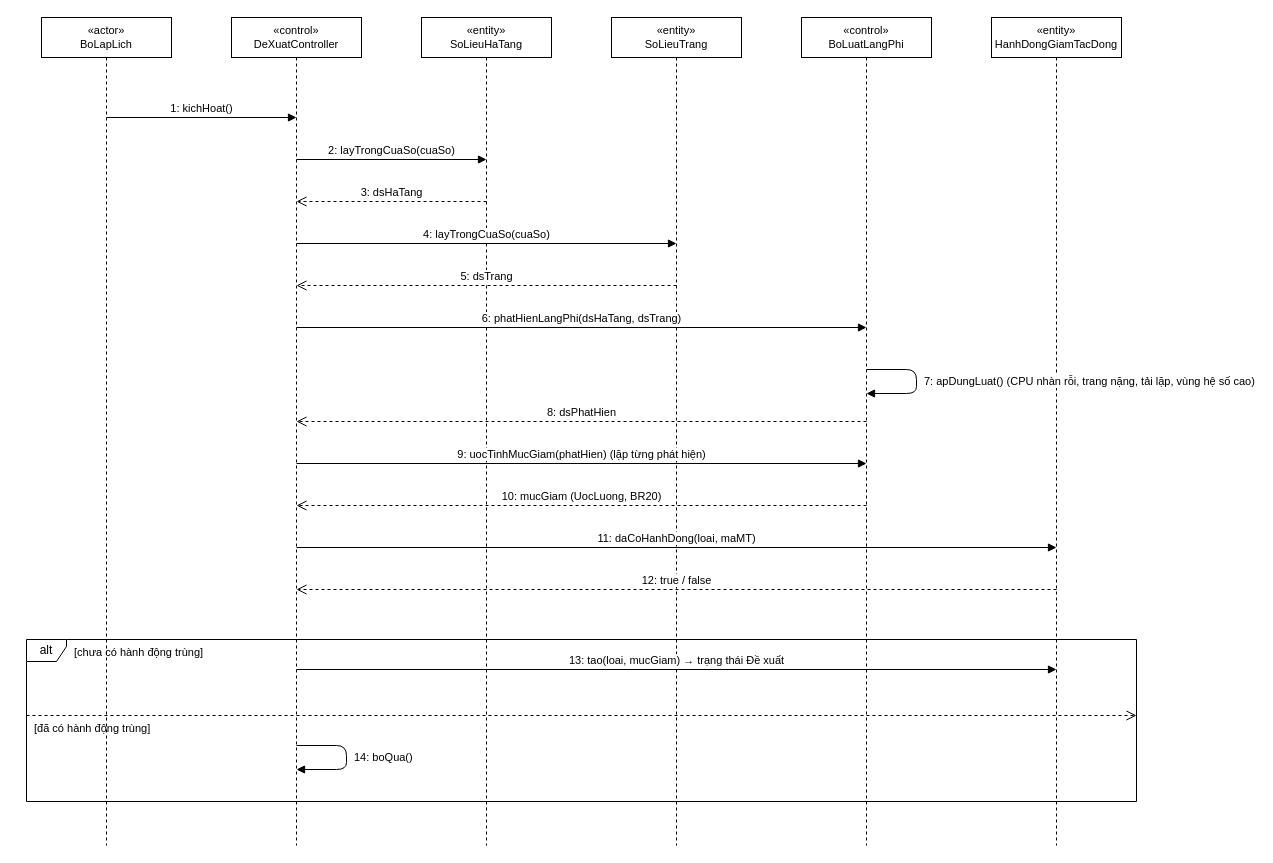
Earlier version of the draw.io diagram docs/diagrams/03_TuanTu/UC_GD_017_Sequence_DeXuatHanhDong.drawio (TranThienNhan8279/GreenDash). Source tidied: cells renumbered, new cells numbered last; positions are measured from the earlier drawing's top-left corner, leaving out a move shared by most shapes. Both pictures are drawn from the tidied source at 100%, with x=0, y=0 at pixel (26, 17).
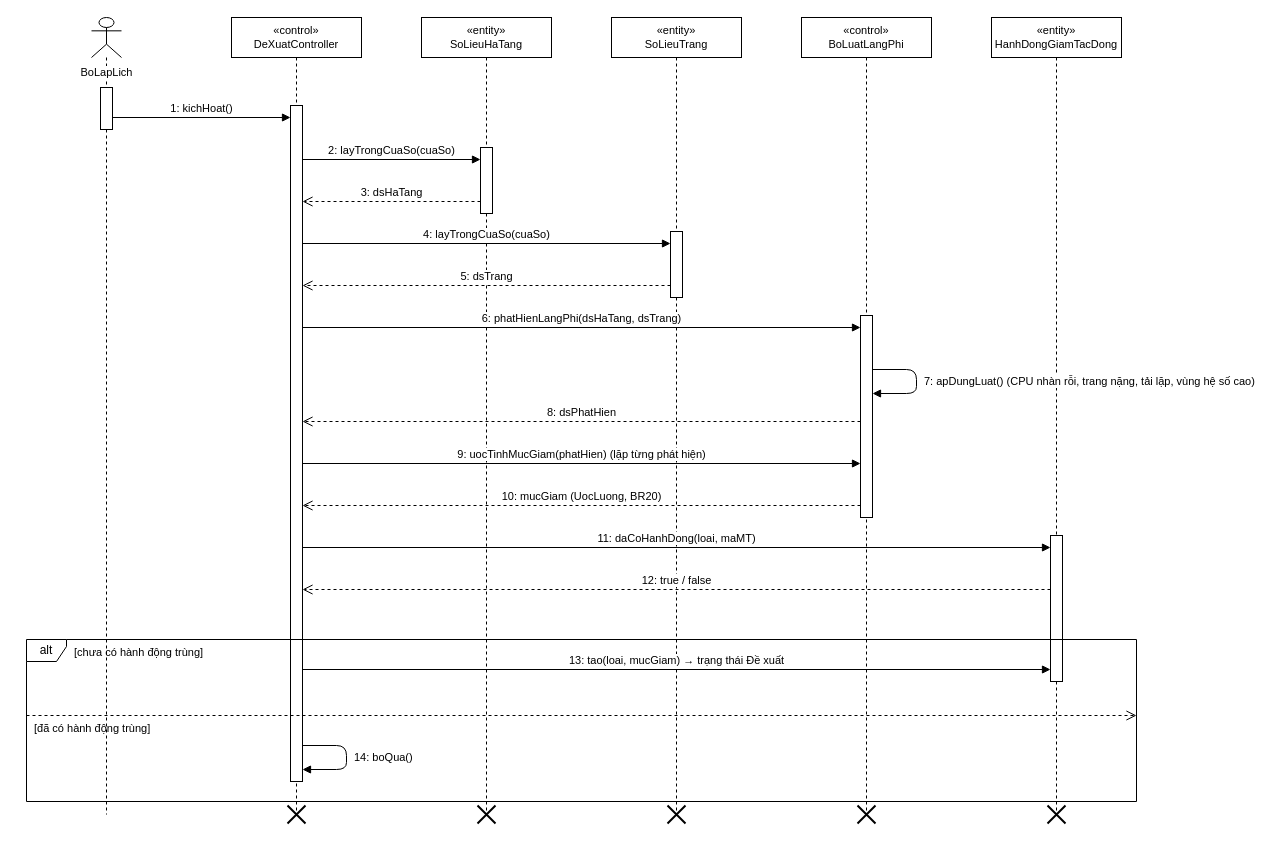
The same diagram, later.

Diff of the diagram source:
```diff
@@
-    <mxCell id="2" value="«actor»&lt;br&gt;BoLapLich" style="shape=umlLifeline;perimeter=lifelinePerimeter;whiteSpace=wrap;html=1;fontSize=11;" parent="1" vertex="1">
-      <mxGeometry x="15" width="130" height="828" as="geometry" />
+    <mxCell id="2" value="BoLapLich" style="shape=umlLifeline;participant=umlActor;verticalAlign=top;spacingTop=42;labelBackgroundColor=#ffffff;perimeter=lifelinePerimeter;whiteSpace=nowrap;html=1;fontSize=11;" parent="1" vertex="1">
+      <mxGeometry x="65" width="30" height="797" as="geometry" />
     </mxCell>
     <mxCell id="3" value="«control»&lt;br&gt;DeXuatController" style="shape=umlLifeline;perimeter=lifelinePerimeter;whiteSpace=wrap;html=1;fontSize=11;" parent="1" vertex="1">
-      <mxGeometry x="205" width="130" height="828" as="geometry" />
+      <mxGeometry x="205" width="130" height="797" as="geometry" />
     </mxCell>
     <mxCell id="4" value="«entity»&lt;br&gt;SoLieuHaTang" style="shape=umlLifeline;perimeter=lifelinePerimeter;whiteSpace=wrap;html=1;fontSize=11;" parent="1" vertex="1">
-      <mxGeometry x="395" width="130" height="828" as="geometry" />
+      <mxGeometry x="395" width="130" height="797" as="geometry" />
     </mxCell>
     <mxCell id="5" value="«entity»&lt;br&gt;SoLieuTrang" style="shape=umlLifeline;perimeter=lifelinePerimeter;whiteSpace=wrap;html=1;fontSize=11;" parent="1" vertex="1">
-      <mxGeometry x="585" width="130" height="828" as="geometry" />
+      <mxGeometry x="585" width="130" height="797" as="geometry" />
     </mxCell>
     <mxCell id="6" value="«control»&lt;br&gt;BoLuatLangPhi" style="shape=umlLifeline;perimeter=lifelinePerimeter;whiteSpace=wrap;html=1;fontSize=11;" parent="1" vertex="1">
-      <mxGeometry x="775" width="130" height="828" as="geometry" />
+      <mxGeometry x="775" width="130" height="797" as="geometry" />
     </mxCell>
     <mxCell id="7" value="«entity»&lt;br&gt;HanhDongGiamTacDong" style="shape=umlLifeline;perimeter=lifelinePerimeter;whiteSpace=wrap;html=1;fontSize=11;" parent="1" vertex="1">
-      <mxGeometry x="965" width="130" height="828" as="geometry" />
+      <mxGeometry x="965" width="130" height="797" as="geometry" />
     </mxCell>
+    <mxCell id="26" style="html=1;perimeter=orthogonalPerimeter;fillColor=#ffffff;strokeColor=#000000;" parent="1" vertex="1">
+      <mxGeometry x="74" y="70" width="12" height="42" as="geometry" />
+    </mxCell>
+    <mxCell id="27" style="html=1;perimeter=orthogonalPerimeter;fillColor=#ffffff;strokeColor=#000000;" parent="1" vertex="1">
+      <mxGeometry x="264" y="88" width="12" height="676" as="geometry" />
+    </mxCell>
+    <mxCell id="28" style="shape=umlDestroy;html=1;strokeWidth=2;strokeColor=#000000;" parent="1" vertex="1">
+      <mxGeometry x="261" y="788" width="18" height="18" as="geometry" />
+    </mxCell>
+    <mxCell id="29" style="html=1;perimeter=orthogonalPerimeter;fillColor=#ffffff;strokeColor=#000000;" parent="1" vertex="1">
+      <mxGeometry x="454" y="130" width="12" height="66" as="geometry" />
+    </mxCell>
+    <mxCell id="30" style="shape=umlDestroy;html=1;strokeWidth=2;strokeColor=#000000;" parent="1" vertex="1">
+      <mxGeometry x="451" y="788" width="18" height="18" as="geometry" />
+    </mxCell>
+    <mxCell id="31" style="html=1;perimeter=orthogonalPerimeter;fillColor=#ffffff;strokeColor=#000000;" parent="1" vertex="1">
+      <mxGeometry x="644" y="214" width="12" height="66" as="geometry" />
+    </mxCell>
+    <mxCell id="32" style="shape=umlDestroy;html=1;strokeWidth=2;strokeColor=#000000;" parent="1" vertex="1">
+      <mxGeometry x="641" y="788" width="18" height="18" as="geometry" />
+    </mxCell>
+    <mxCell id="33" style="html=1;perimeter=orthogonalPerimeter;fillColor=#ffffff;strokeColor=#000000;" parent="1" vertex="1">
+      <mxGeometry x="834" y="298" width="12" height="202" as="geometry" />
+    </mxCell>
+    <mxCell id="34" style="shape=umlDestroy;html=1;strokeWidth=2;strokeColor=#000000;" parent="1" vertex="1">
+      <mxGeometry x="831" y="788" width="18" height="18" as="geometry" />
+    </mxCell>
+    <mxCell id="35" style="html=1;perimeter=orthogonalPerimeter;fillColor=#ffffff;strokeColor=#000000;" parent="1" vertex="1">
+      <mxGeometry x="1024" y="518" width="12" height="146" as="geometry" />
+    </mxCell>
+    <mxCell id="36" style="shape=umlDestroy;html=1;strokeWidth=2;strokeColor=#000000;" parent="1" vertex="1">
+      <mxGeometry x="1021" y="788" width="18" height="18" as="geometry" />
+    </mxCell>
     <mxCell id="8" value="1: kichHoat()" style="html=1;verticalAlign=bottom;endArrow=block;endFill=1;" parent="1" edge="1">
       <mxGeometry relative="1" as="geometry">
-        <mxPoint x="80" y="100" as="sourcePoint" />
-        <mxPoint x="270" y="100" as="targetPoint" />
+        <mxPoint x="86" y="100" as="sourcePoint" />
+        <mxPoint x="264" y="100" as="targetPoint" />
       </mxGeometry>
     </mxCell>
     <mxCell id="9" value="2: layTrongCuaSo(cuaSo)" style="html=1;verticalAlign=bottom;endArrow=block;endFill=1;" parent="1" edge="1">
       <mxGeometry relative="1" as="geometry">
-        <mxPoint x="270" y="142" as="sourcePoint" />
-        <mxPoint x="460" y="142" as="targetPoint" />
+        <mxPoint x="276" y="142" as="sourcePoint" />
+        <mxPoint x="454" y="142" as="targetPoint" />
       </mxGeometry>
     </mxCell>
     <mxCell id="10" value="3: dsHaTang" style="html=1;verticalAlign=bottom;endArrow=open;endSize=8;dashed=1;" parent="1" edge="1">
       <mxGeometry relative="1" as="geometry">
-        <mxPoint x="460" y="184" as="sourcePoint" />
-        <mxPoint x="270" y="184" as="targetPoint" />
+        <mxPoint x="454" y="184" as="sourcePoint" />
+        <mxPoint x="276" y="184" as="targetPoint" />
       </mxGeometry>
     </mxCell>
     <mxCell id="11" value="4: layTrongCuaSo(cuaSo)" style="html=1;verticalAlign=bottom;endArrow=block;endFill=1;" parent="1" edge="1">
       <mxGeometry relative="1" as="geometry">
-        <mxPoint x="270" y="226" as="sourcePoint" />
-        <mxPoint x="650" y="226" as="targetPoint" />
+        <mxPoint x="276" y="226" as="sourcePoint" />
+        <mxPoint x="644" y="226" as="targetPoint" />
       </mxGeometry>
     </mxCell>
     <mxCell id="12" value="5: dsTrang" style="html=1;verticalAlign=bottom;endArrow=open;endSize=8;dashed=1;" parent="1" edge="1">
       <mxGeometry relative="1" as="geometry">
-        <mxPoint x="650" y="268" as="sourcePoint" />
-        <mxPoint x="270" y="268" as="targetPoint" />
+        <mxPoint x="644" y="268" as="sourcePoint" />
+        <mxPoint x="276" y="268" as="targetPoint" />
       </mxGeometry>
     </mxCell>
     <mxCell id="13" value="6: phatHienLangPhi(dsHaTang, dsTrang)" style="html=1;verticalAlign=bottom;endArrow=block;endFill=1;" parent="1" edge="1">
       <mxGeometry relative="1" as="geometry">
-        <mxPoint x="270" y="310" as="sourcePoint" />
-        <mxPoint x="840" y="310" as="targetPoint" />
+        <mxPoint x="276" y="310" as="sourcePoint" />
+        <mxPoint x="834" y="310" as="targetPoint" />
       </mxGeometry>
     </mxCell>
     <mxCell id="14" value="7: apDungLuat()  (CPU nhàn rỗi, trang nặng, tải lặp, vùng hệ số cao)" style="html=1;verticalAlign=bottom;endArrow=block;endFill=1;align=left;spacingLeft=6;verticalAlign=middle;" parent="1" edge="1">
       <mxGeometry relative="1" as="geometry">
-        <mxPoint x="840" y="352" as="sourcePoint" />
-        <mxPoint x="840" y="376" as="targetPoint" />
+        <mxPoint x="846" y="352" as="sourcePoint" />
+        <mxPoint x="846" y="376" as="targetPoint" />
         <Array as="points">
           <mxPoint x="890" y="352" />
           <mxPoint x="890" y="376" />
         </Array>
       </mxGeometry>
     </mxCell>
     <mxCell id="15" value="8: dsPhatHien" style="html=1;verticalAlign=bottom;endArrow=open;endSize=8;dashed=1;" parent="1" edge="1">
       <mxGeometry relative="1" as="geometry">
-        <mxPoint x="840" y="404" as="sourcePoint" />
-        <mxPoint x="270" y="404" as="targetPoint" />
+        <mxPoint x="834" y="404" as="sourcePoint" />
+        <mxPoint x="276" y="404" as="targetPoint" />
       </mxGeometry>
     </mxCell>
     <mxCell id="16" value="9: uocTinhMucGiam(phatHien)  (lặp từng phát hiện)" style="html=1;verticalAlign=bottom;endArrow=block;endFill=1;" parent="1" edge="1">
       <mxGeometry relative="1" as="geometry">
-        <mxPoint x="270" y="446" as="sourcePoint" />
-        <mxPoint x="840" y="446" as="targetPoint" />
+        <mxPoint x="276" y="446" as="sourcePoint" />
+        <mxPoint x="834" y="446" as="targetPoint" />
       </mxGeometry>
     </mxCell>
     <mxCell id="17" value="10: mucGiam (UocLuong, BR20)" style="html=1;verticalAlign=bottom;endArrow=open;endSize=8;dashed=1;" parent="1" edge="1">
       <mxGeometry relative="1" as="geometry">
-        <mxPoint x="840" y="488" as="sourcePoint" />
-        <mxPoint x="270" y="488" as="targetPoint" />
+        <mxPoint x="834" y="488" as="sourcePoint" />
+        <mxPoint x="276" y="488" as="targetPoint" />
       </mxGeometry>
     </mxCell>
     <mxCell id="18" value="11: daCoHanhDong(loai, maMT)" style="html=1;verticalAlign=bottom;endArrow=block;endFill=1;" parent="1" edge="1">
       <mxGeometry relative="1" as="geometry">
-        <mxPoint x="270" y="530" as="sourcePoint" />
-        <mxPoint x="1030" y="530" as="targetPoint" />
+        <mxPoint x="276" y="530" as="sourcePoint" />
+        <mxPoint x="1024" y="530" as="targetPoint" />
       </mxGeometry>
     </mxCell>
     <mxCell id="19" value="12: true / false" style="html=1;verticalAlign=bottom;endArrow=open;endSize=8;dashed=1;" parent="1" edge="1">
       <mxGeometry relative="1" as="geometry">
-        <mxPoint x="1030" y="572" as="sourcePoint" />
-        <mxPoint x="270" y="572" as="targetPoint" />
+        <mxPoint x="1024" y="572" as="sourcePoint" />
+        <mxPoint x="276" y="572" as="targetPoint" />
       </mxGeometry>
     </mxCell>
     <mxCell id="20" value="13: tao(loai, mucGiam)  → trạng thái Đề xuất" style="html=1;verticalAlign=bottom;endArrow=block;endFill=1;" parent="1" edge="1">
       <mxGeometry relative="1" as="geometry">
-        <mxPoint x="270" y="652" as="sourcePoint" />
-        <mxPoint x="1030" y="652" as="targetPoint" />
+        <mxPoint x="276" y="652" as="sourcePoint" />
+        <mxPoint x="1024" y="652" as="targetPoint" />
       </mxGeometry>
     </mxCell>
     <mxCell id="21" value="14: boQua()" style="html=1;verticalAlign=bottom;endArrow=block;endFill=1;align=left;spacingLeft=6;verticalAlign=middle;" parent="1" edge="1">
       <mxGeometry relative="1" as="geometry">
-        <mxPoint x="270" y="728" as="sourcePoint" />
-        <mxPoint x="270" y="752" as="targetPoint" />
+        <mxPoint x="276" y="728" as="sourcePoint" />
+        <mxPoint x="276" y="752" as="targetPoint" />
         <Array as="points">
           <mxPoint x="320" y="728" />
           <mxPoint x="320" y="752" />
         </Array>
       </mxGeometry>
     </mxCell>
```
